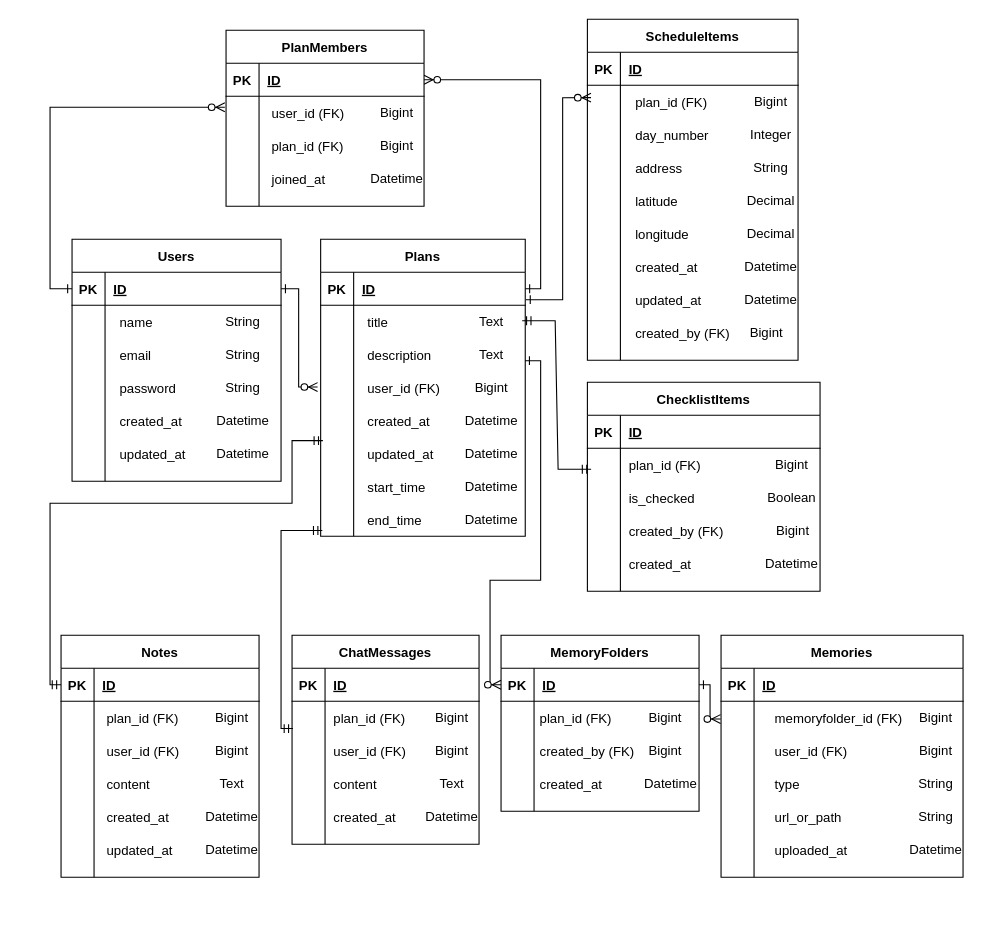
Earlier version of the draw.io diagram add-er-diagram.drawio (honsu1004/travel-editor). Source tidied: cells renumbered, new cells numbered last; positions are measured from the earlier drawing's top-left corner, leaving out a move shared by most shapes. Both pictures are drawn from the tidied source at 110%, with x=0, y=0 at pixel (50, 19).
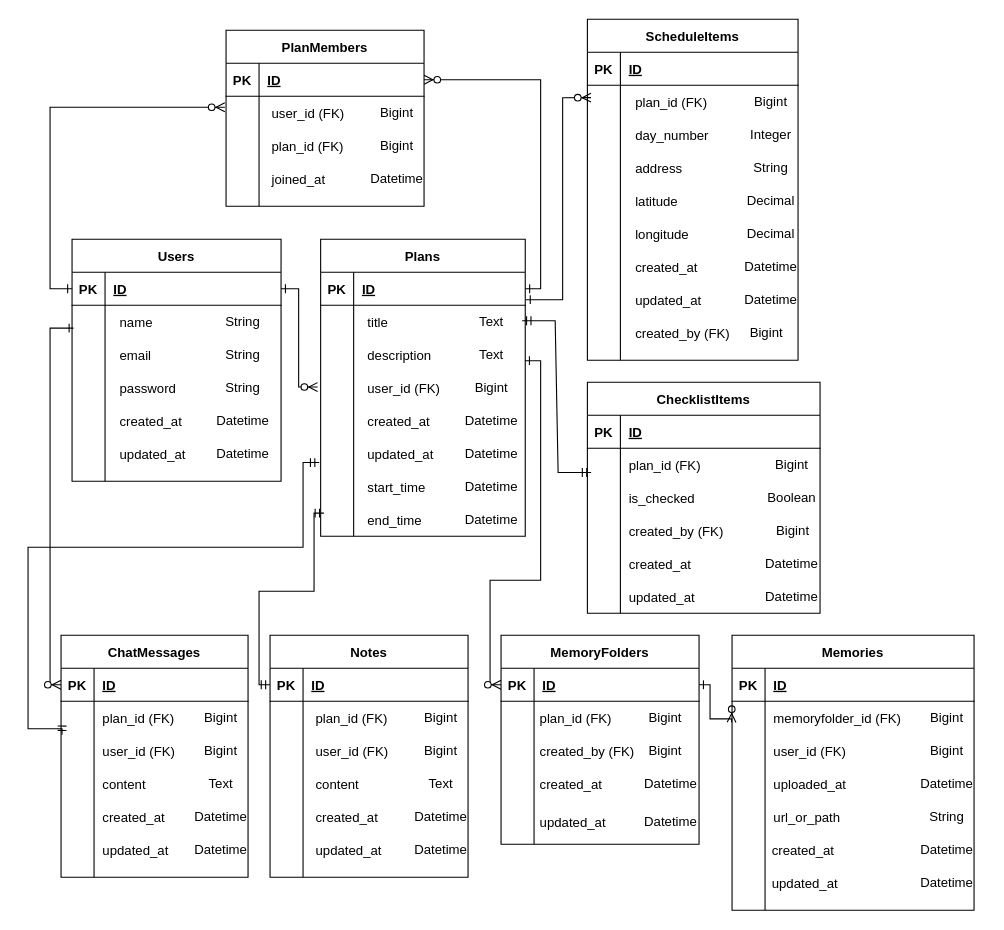
After the change.

Commit message (it also covers changes not shown here):
add-er-diagram.drawio を更新します

The change refers to these unchanged cells:
```xml
<mxCell id="7" style="shape=partialRectangle;fillColor=none;points=[[0,0.5],[1,0.5]];portConstraint=eastwest;top=0;left=0;right=0;bottom=0;" parent="3" vertex="1">
  <mxGeometry y="60" width="190" height="160" as="geometry" />
</mxCell>
<mxCell id="96" style="shape=partialRectangle;fillColor=none;points=[[0,0.5],[1,0.5]];portConstraint=eastwest;top=0;left=0;right=0;bottom=1;" parent="95" vertex="1">
  <mxGeometry y="30" width="170" height="30" as="geometry" />
</mxCell>
<mxCell id="118" style="shape=partialRectangle;fillColor=none;points=[[0,0.5],[1,0.5]];portConstraint=eastwest;top=0;left=0;right=0;bottom=0;" parent="114" vertex="1">
  <mxGeometry y="60" width="186" height="210" as="geometry" />
</mxCell>
<mxCell id="137" style="shape=partialRectangle;fillColor=none;points=[[0,0.5],[1,0.5]];portConstraint=eastwest;top=0;left=0;right=0;bottom=1;" parent="136" vertex="1">
  <mxGeometry y="30" width="180" height="30" as="geometry" />
</mxCell>
```

Diff of the diagram source:
```diff
@@
     <mxCell id="67" value="ChecklistItems" style="shape=table;startSize=30;childLayout=tableLayout;rowLines=0;fontStyle=1;align=center;" parent="1" vertex="1">
-      <mxGeometry x="488.5" y="330" width="211.5" height="190" as="geometry" />
+      <mxGeometry x="488.5" y="330" width="211.5" height="210" as="geometry" />
     </mxCell>
@@
     <mxCell id="71" style="shape=partialRectangle;fillColor=none;points=[[0,0.5],[1,0.5]];portConstraint=eastwest;top=0;left=0;right=0;bottom=0;" parent="67" vertex="1">
-      <mxGeometry y="60" width="211.5" height="130" as="geometry" />
+      <mxGeometry y="60" width="211.5" height="150" as="geometry" />
     </mxCell>
     <mxCell id="72" style="shape=partialRectangle;overflow=hidden;fillColor=none;top=0;left=0;bottom=0;right=0;" parent="71" vertex="1">
-      <mxGeometry width="30" height="130" as="geometry" />
+      <mxGeometry width="30" height="150" as="geometry" />
     </mxCell>
     <mxCell id="73" style="shape=partialRectangle;overflow=hidden;fillColor=none;top=0;left=0;bottom=0;right=0;align=left;spacingLeft=6;" parent="71" vertex="1">
-      <mxGeometry x="30" width="181.5" height="130" as="geometry" />
+      <mxGeometry x="30" width="181.5" height="150" as="geometry" />
     </mxCell>
@@
-    <mxCell id="75" style="group;" parent="1" vertex="1">
-      <mxGeometry x="610" y="560" width="230" height="220" as="geometry" />
-    </mxCell>
-    <mxCell id="76" style="group;" parent="75" vertex="1">
-      <mxGeometry width="230" height="220" as="geometry" />
-    </mxCell>
-    <mxCell id="77" style="group;" parent="76" vertex="1">
-      <mxGeometry width="230" height="220" as="geometry" />
-    </mxCell>
-    <mxCell id="78" value="memoryfolder_id (FK)" style="shape=partialRectangle;overflow=hidden;fillColor=none;top=0;left=0;bottom=0;right=0;align=left;spacingLeft=6;" parent="77" vertex="1">
-      <mxGeometry x="41.2" y="60" width="178.8" height="30" as="geometry" />
-    </mxCell>
-    <mxCell id="79" value="user_id (FK)" style="shape=partialRectangle;overflow=hidden;fillColor=none;top=0;left=0;bottom=0;right=0;align=left;spacingLeft=6;" parent="77" vertex="1">
-      <mxGeometry x="41.2" y="90" width="178.8" height="30" as="geometry" />
-    </mxCell>
-    <mxCell id="80" value="type" style="shape=partialRectangle;overflow=hidden;fillColor=none;top=0;left=0;bottom=0;right=0;align=left;spacingLeft=6;" parent="77" vertex="1">
-      <mxGeometry x="41.2" y="120" width="178.8" height="30" as="geometry" />
-    </mxCell>
-    <mxCell id="81" value="uploaded_at" style="shape=partialRectangle;overflow=hidden;fillColor=none;top=0;left=0;bottom=0;right=0;align=left;spacingLeft=6;" parent="77" vertex="1">
-      <mxGeometry x="41.2" y="180" width="178.8" height="30" as="geometry" />
-    </mxCell>
-    <mxCell id="82" value="Memories" style="shape=table;startSize=30;childLayout=tableLayout;rowLines=0;fontStyle=1;align=center;" parent="77" vertex="1">
-      <mxGeometry width="220" height="220" as="geometry" />
-    </mxCell>
-    <mxCell id="83" style="shape=partialRectangle;fillColor=none;top=0;left=0;right=0;bottom=1;" parent="82" vertex="1">
-      <mxGeometry y="30" width="220" height="30" as="geometry" />
-    </mxCell>
-    <mxCell id="84" value="PK" style="shape=partialRectangle;overflow=hidden;fillColor=none;top=0;left=0;bottom=0;right=0;fontStyle=1;" parent="83" vertex="1">
-      <mxGeometry width="30" height="30" as="geometry" />
-    </mxCell>
-    <mxCell id="85" value="ID" style="shape=partialRectangle;overflow=hidden;fillColor=none;top=0;left=0;bottom=0;right=0;align=left;spacingLeft=6;fontStyle=5;" parent="83" vertex="1">
-      <mxGeometry x="30" width="190" height="30" as="geometry" />
-    </mxCell>
-    <mxCell id="86" style="shape=partialRectangle;fillColor=none;points=[[0,0.5],[1,0.5]];portConstraint=eastwest;top=0;left=0;right=0;bottom=0;" parent="82" vertex="1">
-      <mxGeometry y="60" width="220" height="160" as="geometry" />
-    </mxCell>
-    <mxCell id="87" style="shape=partialRectangle;overflow=hidden;fillColor=none;top=0;left=0;bottom=0;right=0;" parent="86" vertex="1">
-      <mxGeometry width="30" height="160" as="geometry" />
-    </mxCell>
-    <mxCell id="88" style="shape=partialRectangle;overflow=hidden;fillColor=none;top=0;left=0;bottom=0;right=0;align=left;spacingLeft=6;" parent="86" vertex="1">
-      <mxGeometry x="30" width="190" height="160" as="geometry" />
-    </mxCell>
-    <mxCell id="89" value="Bigint" style="text;html=1;align=center;verticalAlign=middle;strokeColor=none;fillColor=none;" parent="77" vertex="1">
-      <mxGeometry x="170" y="60" width="50" height="30" as="geometry" />
-    </mxCell>
-    <mxCell id="90" value="Bigint" style="text;html=1;align=center;verticalAlign=middle;strokeColor=none;fillColor=none;" parent="77" vertex="1">
-      <mxGeometry x="170" y="90" width="50" height="30" as="geometry" />
-    </mxCell>
-    <mxCell id="91" value="String" style="text;html=1;align=center;verticalAlign=middle;strokeColor=none;fillColor=none;" parent="77" vertex="1">
-      <mxGeometry x="170" y="120" width="50" height="30" as="geometry" />
-    </mxCell>
-    <mxCell id="92" value="Datetime" style="text;html=1;align=center;verticalAlign=middle;strokeColor=none;fillColor=none;" parent="77" vertex="1">
-      <mxGeometry x="160" y="180" width="70" height="30" as="geometry" />
-    </mxCell>
-    <mxCell id="93" value="url_or_path" style="shape=partialRectangle;overflow=hidden;fillColor=none;top=0;left=0;bottom=0;right=0;align=left;spacingLeft=6;" parent="75" vertex="1">
-      <mxGeometry x="41.2" y="150" width="178.8" height="30" as="geometry" />
-    </mxCell>
-    <mxCell id="94" value="String" style="text;html=1;align=center;verticalAlign=middle;strokeColor=none;fillColor=none;" parent="75" vertex="1">
-      <mxGeometry x="170" y="150" width="50" height="30" as="geometry" />
-    </mxCell>
     <mxCell id="95" value="ChatMessages" style="shape=table;startSize=30;childLayout=tableLayout;rowLines=0;fontStyle=1;align=center;" parent="1" vertex="1">
-      <mxGeometry x="220" y="560" width="170" height="190" as="geometry" />
+      <mxGeometry x="10" y="560" width="170" height="220" as="geometry" />
     </mxCell>
@@
     <mxCell id="99" style="shape=partialRectangle;fillColor=none;points=[[0,0.5],[1,0.5]];portConstraint=eastwest;top=0;left=0;right=0;bottom=0;" parent="95" vertex="1">
-      <mxGeometry y="60" width="170" height="130" as="geometry" />
+      <mxGeometry y="60" width="170" height="160" as="geometry" />
     </mxCell>
     <mxCell id="100" style="shape=partialRectangle;overflow=hidden;fillColor=none;top=0;left=0;bottom=0;right=0;" parent="99" vertex="1">
-      <mxGeometry width="30" height="130" as="geometry" />
+      <mxGeometry width="30" height="160" as="geometry" />
     </mxCell>
     <mxCell id="101" style="shape=partialRectangle;overflow=hidden;fillColor=none;top=0;left=0;bottom=0;right=0;align=left;spacingLeft=6;" parent="99" vertex="1">
-      <mxGeometry x="30" width="140" height="130" as="geometry" />
+      <mxGeometry x="30" width="140" height="160" as="geometry" />
     </mxCell>
     <mxCell id="102" value="plan_id (FK)" style="shape=partialRectangle;overflow=hidden;fillColor=none;top=0;left=0;bottom=0;right=0;align=left;spacingLeft=6;" parent="1" vertex="1">
-      <mxGeometry x="250" y="620" width="130" height="30" as="geometry" />
+      <mxGeometry x="40" y="620" width="130" height="30" as="geometry" />
     </mxCell>
     <mxCell id="103" value="user_id (FK)" style="shape=partialRectangle;overflow=hidden;fillColor=none;top=0;left=0;bottom=0;right=0;align=left;spacingLeft=6;" parent="1" vertex="1">
-      <mxGeometry x="250" y="650" width="130" height="30" as="geometry" />
+      <mxGeometry x="40" y="650" width="130" height="30" as="geometry" />
     </mxCell>
     <mxCell id="104" value="content" style="shape=partialRectangle;overflow=hidden;fillColor=none;top=0;left=0;bottom=0;right=0;align=left;spacingLeft=6;" parent="1" vertex="1">
-      <mxGeometry x="250" y="680" width="130" height="30" as="geometry" />
+      <mxGeometry x="40" y="680" width="130" height="30" as="geometry" />
     </mxCell>
     <mxCell id="105" value="created_at" style="shape=partialRectangle;overflow=hidden;fillColor=none;top=0;left=0;bottom=0;right=0;align=left;spacingLeft=6;" parent="1" vertex="1">
-      <mxGeometry x="250" y="710" width="130" height="30" as="geometry" />
+      <mxGeometry x="40" y="710" width="130" height="30" as="geometry" />
     </mxCell>
@@
-    <mxCell id="134" style="edgeStyle=orthogonalEdgeStyle;fontSize=12;html=1;endArrow=ERmandOne;startArrow=ERmandOne;rounded=0;exitX=0.008;exitY=0.975;exitDx=0;exitDy=0;entryX=0.005;entryY=0.191;entryDx=0;entryDy=0;entryPerimeter=0;exitPerimeter=0;" parent="1" edge="1" source="118" target="99">
+    <mxCell id="134" style="edgeStyle=orthogonalEdgeStyle;fontSize=12;html=1;endArrow=ERmandOne;startArrow=ERmandOne;rounded=0;exitX=-0.007;exitY=0.681;exitDx=0;exitDy=0;entryX=0.005;entryY=0.191;entryDx=0;entryDy=0;entryPerimeter=0;exitPerimeter=0;" parent="1" edge="1" source="118" target="99">
       <mxGeometry relative="1" as="geometry">
         <Array as="points">
-          <mxPoint x="210" y="465" />
-          <mxPoint x="210" y="645" />
+          <mxPoint x="230" y="403" />
+          <mxPoint x="230" y="480" />
+          <mxPoint x="-20" y="480" />
+          <mxPoint x="-20" y="645" />
         </Array>
       </mxGeometry>
     </mxCell>
     <mxCell id="135" style="group;" parent="1" vertex="1">
-      <mxGeometry x="10" y="560" width="190" height="220" as="geometry" />
+      <mxGeometry x="200" y="560" width="190" height="220" as="geometry" />
     </mxCell>
@@
-    <mxCell id="153" style="edgeStyle=orthogonalEdgeStyle;fontSize=12;html=1;endArrow=ERmandOne;startArrow=ERmandOne;rounded=0;exitX=0.011;exitY=0.586;exitDx=0;exitDy=0;entryX=0;entryY=0.5;entryDx=0;entryDy=0;exitPerimeter=0;" parent="1" edge="1" source="118" target="137">
+    <mxCell id="153" style="edgeStyle=orthogonalEdgeStyle;fontSize=12;html=1;endArrow=ERmandOne;startArrow=ERmandOne;rounded=0;entryX=0;entryY=0.5;entryDx=0;entryDy=0;" parent="1" edge="1" target="137">
       <mxGeometry relative="1" as="geometry">
+        <mxPoint x="249" y="449" as="sourcePoint" />
         <Array as="points">
-          <mxPoint x="220" y="383" />
-          <mxPoint x="220" y="440" />
-          <mxPoint y="440" />
-          <mxPoint y="605" />
+          <mxPoint x="240" y="449" />
+          <mxPoint x="240" y="520" />
+          <mxPoint x="190" y="520" />
+          <mxPoint x="190" y="605" />
         </Array>
       </mxGeometry>
     </mxCell>
@@
     <mxCell id="158" style="group;" parent="1" vertex="1">
-      <mxGeometry x="415" y="560" width="184" height="160" as="geometry" />
+      <mxGeometry x="415" y="560" width="184" height="185" as="geometry" />
     </mxCell>
@@
     <mxCell id="163" value="MemoryFolders" style="shape=table;startSize=30;childLayout=tableLayout;rowLines=0;fontStyle=1;align=center;" parent="158" vertex="1">
-      <mxGeometry x="-5" width="180" height="160" as="geometry" />
+      <mxGeometry x="-5" width="180" height="190" as="geometry" />
     </mxCell>
@@
     <mxCell id="167" style="shape=partialRectangle;fillColor=none;top=0;left=0;right=0;bottom=0;" parent="163" vertex="1">
-      <mxGeometry y="60" width="180" height="100" as="geometry" />
+      <mxGeometry y="60" width="180" height="130" as="geometry" />
     </mxCell>
     <mxCell id="168" style="shape=partialRectangle;overflow=hidden;fillColor=none;top=0;left=0;bottom=0;right=0;" parent="167" vertex="1">
-      <mxGeometry width="30" height="100" as="geometry" />
+      <mxGeometry width="30" height="130" as="geometry" />
     </mxCell>
     <mxCell id="169" style="shape=partialRectangle;overflow=hidden;fillColor=none;top=0;left=0;bottom=0;right=0;align=left;spacingLeft=6;" parent="167" vertex="1">
-      <mxGeometry x="30" width="150" height="100" as="geometry" />
+      <mxGeometry x="30" width="150" height="130" as="geometry" />
     </mxCell>
@@
+    <mxCell id="177" value="updated_at" style="shape=partialRectangle;overflow=hidden;fillColor=none;top=0;left=0;bottom=0;right=0;align=left;spacingLeft=6;" parent="158" vertex="1">
+      <mxGeometry x="22.5" y="160" width="146.2" height="20" as="geometry" />
+    </mxCell>
+    <mxCell id="178" value="Datetime" style="text;html=1;align=center;verticalAlign=middle;strokeColor=none;fillColor=none;" parent="158" vertex="1">
+      <mxGeometry x="114" y="155" width="70" height="30" as="geometry" />
+    </mxCell>
     <mxCell id="172" value="Bigint" style="text;html=1;align=center;verticalAlign=middle;strokeColor=none;fillColor=none;" parent="1" vertex="1">
-      <mxGeometry x="340" y="620" width="50" height="30" as="geometry" />
+      <mxGeometry x="130" y="620" width="50" height="30" as="geometry" />
     </mxCell>
     <mxCell id="173" value="Bigint" style="text;html=1;align=center;verticalAlign=middle;strokeColor=none;fillColor=none;" parent="1" vertex="1">
-      <mxGeometry x="340" y="650" width="50" height="30" as="geometry" />
+      <mxGeometry x="130" y="650" width="50" height="30" as="geometry" />
     </mxCell>
     <mxCell id="174" value="Text" style="text;html=1;align=center;verticalAlign=middle;strokeColor=none;fillColor=none;" parent="1" vertex="1">
-      <mxGeometry x="340" y="680" width="50" height="30" as="geometry" />
+      <mxGeometry x="130" y="680" width="50" height="30" as="geometry" />
     </mxCell>
     <mxCell id="175" value="Datetime" style="text;html=1;align=center;verticalAlign=middle;strokeColor=none;fillColor=none;" parent="1" vertex="1">
-      <mxGeometry x="330" y="710" width="70" height="30" as="geometry" />
+      <mxGeometry x="120" y="710" width="70" height="30" as="geometry" />
     </mxCell>
@@
+    <mxCell id="179" style="endArrow=ERzeroToMany;startArrow=ERone;endFill=1;startFill=0;rounded=0;edgeStyle=orthogonalEdgeStyle;elbow=vertical;exitX=0.007;exitY=0.13;exitDx=0;exitDy=0;entryX=0;entryY=0.5;entryDx=0;entryDy=0;exitPerimeter=0;" parent="1" edge="1" source="7" target="96">
+      <mxGeometry relative="1" as="geometry">
+        <Array as="points">
+          <mxPoint y="281" />
+          <mxPoint y="605" />
+        </Array>
+      </mxGeometry>
+    </mxCell>
+    <mxCell id="93" value="url_or_path" style="shape=partialRectangle;overflow=hidden;fillColor=none;top=0;left=0;bottom=0;right=0;align=left;spacingLeft=6;" parent="1" vertex="1">
+      <mxGeometry x="650" y="710" width="178.8" height="30" as="geometry" />
+    </mxCell>
+    <mxCell id="94" value="String" style="text;html=1;align=center;verticalAlign=middle;strokeColor=none;fillColor=none;" parent="1" vertex="1">
+      <mxGeometry x="790" y="710" width="50" height="30" as="geometry" />
+    </mxCell>
+    <mxCell id="78" value="memoryfolder_id (FK)" style="shape=partialRectangle;overflow=hidden;fillColor=none;top=0;left=0;bottom=0;right=0;align=left;spacingLeft=6;" parent="1" vertex="1">
+      <mxGeometry x="650" y="620" width="178.8" height="30" as="geometry" />
+    </mxCell>
+    <mxCell id="79" value="user_id (FK)" style="shape=partialRectangle;overflow=hidden;fillColor=none;top=0;left=0;bottom=0;right=0;align=left;spacingLeft=6;" parent="1" vertex="1">
+      <mxGeometry x="650" y="650" width="178.8" height="30" as="geometry" />
+    </mxCell>
+    <mxCell id="81" value="uploaded_at" style="shape=partialRectangle;overflow=hidden;fillColor=none;top=0;left=0;bottom=0;right=0;align=left;spacingLeft=6;" parent="1" vertex="1">
+      <mxGeometry x="650" y="680" width="178.8" height="30" as="geometry" />
+    </mxCell>
+    <mxCell id="82" value="Memories" style="shape=table;startSize=30;childLayout=tableLayout;rowLines=0;fontStyle=1;align=center;" parent="1" vertex="1">
+      <mxGeometry x="620" y="560" width="220" height="250" as="geometry" />
+    </mxCell>
+    <mxCell id="83" style="shape=partialRectangle;fillColor=none;top=0;left=0;right=0;bottom=1;" parent="82" vertex="1">
+      <mxGeometry y="30" width="220" height="30" as="geometry" />
+    </mxCell>
+    <mxCell id="84" value="PK" style="shape=partialRectangle;overflow=hidden;fillColor=none;top=0;left=0;bottom=0;right=0;fontStyle=1;" parent="83" vertex="1">
+      <mxGeometry width="30" height="30" as="geometry" />
+    </mxCell>
+    <mxCell id="85" value="ID" style="shape=partialRectangle;overflow=hidden;fillColor=none;top=0;left=0;bottom=0;right=0;align=left;spacingLeft=6;fontStyle=5;" parent="83" vertex="1">
+      <mxGeometry x="30" width="190" height="30" as="geometry" />
+    </mxCell>
+    <mxCell id="86" style="shape=partialRectangle;fillColor=none;points=[[0,0.5],[1,0.5]];portConstraint=eastwest;top=0;left=0;right=0;bottom=0;" parent="82" vertex="1">
+      <mxGeometry y="60" width="220" height="190" as="geometry" />
+    </mxCell>
+    <mxCell id="87" style="shape=partialRectangle;overflow=hidden;fillColor=none;top=0;left=0;bottom=0;right=0;" parent="86" vertex="1">
+      <mxGeometry width="30" height="190" as="geometry" />
+    </mxCell>
+    <mxCell id="88" style="shape=partialRectangle;overflow=hidden;fillColor=none;top=0;left=0;bottom=0;right=0;align=left;spacingLeft=6;" parent="86" vertex="1">
+      <mxGeometry x="30" width="190" height="190" as="geometry" />
+    </mxCell>
+    <mxCell id="89" value="Bigint" style="text;html=1;align=center;verticalAlign=middle;strokeColor=none;fillColor=none;" parent="1" vertex="1">
+      <mxGeometry x="790" y="620" width="50" height="30" as="geometry" />
+    </mxCell>
+    <mxCell id="90" value="Bigint" style="text;html=1;align=center;verticalAlign=middle;strokeColor=none;fillColor=none;" parent="1" vertex="1">
+      <mxGeometry x="790" y="650" width="50" height="30" as="geometry" />
+    </mxCell>
+    <mxCell id="92" value="Datetime" style="text;html=1;align=center;verticalAlign=middle;strokeColor=none;fillColor=none;" parent="1" vertex="1">
+      <mxGeometry x="780" y="680" width="70" height="30" as="geometry" />
+    </mxCell>
+    <mxCell id="180" value="updated_at" style="shape=partialRectangle;overflow=hidden;fillColor=none;top=0;left=0;bottom=0;right=0;align=left;spacingLeft=6;" parent="1" vertex="1">
+      <mxGeometry x="40" y="740" width="146.2" height="30" as="geometry" />
+    </mxCell>
+    <mxCell id="181" value="Datetime" style="text;html=1;align=center;verticalAlign=middle;strokeColor=none;fillColor=none;" parent="1" vertex="1">
+      <mxGeometry x="120" y="740" width="70" height="30" as="geometry" />
+    </mxCell>
+    <mxCell id="182" value="created_at" style="shape=partialRectangle;overflow=hidden;fillColor=none;top=0;left=0;bottom=0;right=0;align=left;spacingLeft=6;" parent="1" vertex="1">
+      <mxGeometry x="648.5" y="740" width="146.2" height="30" as="geometry" />
+    </mxCell>
+    <mxCell id="183" value="Datetime" style="text;html=1;align=center;verticalAlign=middle;strokeColor=none;fillColor=none;" parent="1" vertex="1">
+      <mxGeometry x="780" y="740" width="70" height="30" as="geometry" />
+    </mxCell>
+    <mxCell id="184" value="updated_at" style="shape=partialRectangle;overflow=hidden;fillColor=none;top=0;left=0;bottom=0;right=0;align=left;spacingLeft=6;" parent="1" vertex="1">
+      <mxGeometry x="648.5" y="770" width="146.2" height="30" as="geometry" />
+    </mxCell>
+    <mxCell id="185" value="Datetime" style="text;html=1;align=center;verticalAlign=middle;strokeColor=none;fillColor=none;" parent="1" vertex="1">
+      <mxGeometry x="780" y="770" width="70" height="30" as="geometry" />
+    </mxCell>
+    <mxCell id="186" value="updated_at" style="shape=partialRectangle;overflow=hidden;fillColor=none;top=0;left=0;bottom=0;right=0;align=left;spacingLeft=6;" parent="1" vertex="1">
+      <mxGeometry x="518.5" y="510" width="146.2" height="30" as="geometry" />
+    </mxCell>
+    <mxCell id="187" value="Datetime" style="text;html=1;align=center;verticalAlign=middle;strokeColor=none;fillColor=none;" parent="1" vertex="1">
+      <mxGeometry x="638.5" y="510" width="70" height="30" as="geometry" />
+    </mxCell>
```
